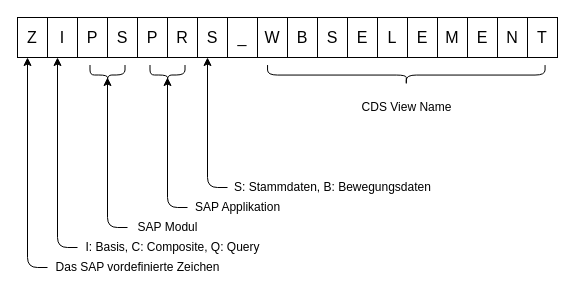
Above: Untitled Diagram.drawio in deguotaoma/Aufgaben (draw.io), before the change. Source tidied: cells renumbered, new cells numbered last; positions are measured from the earlier drawing's top-left corner, leaving out a move shared by most shapes. Both pictures are drawn from the tidied source at 100%, with x=0, y=0 at pixel (17, -64).
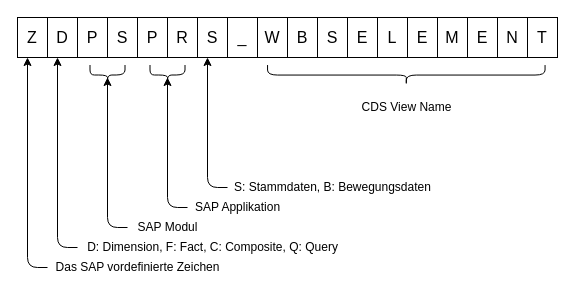
The same diagram, later.

The edit, as a diff of the source:
```diff
@@
-    <mxCell id="3" value="&lt;font style=&quot;font-size: 16px&quot;&gt;I&lt;/font&gt;" style="rounded=0;whiteSpace=wrap;html=1;" parent="1" vertex="1">
+    <mxCell id="3" value="&lt;font style=&quot;font-size: 16px&quot;&gt;D&lt;/font&gt;" style="rounded=0;whiteSpace=wrap;html=1;" parent="1" vertex="1">
       <mxGeometry x="30" y="81" width="30" height="40" as="geometry" />
     </mxCell>
@@
-    <mxCell id="29" value="I: Basis, C: Composite, Q: Query" style="text;html=1;align=center;verticalAlign=middle;strokeColor=none;" parent="1" vertex="1">
-      <mxGeometry x="60" y="301" width="190" height="20" as="geometry" />
+    <mxCell id="29" value="D: Dimension, F: Fact, C: Composite, Q: Query" style="text;html=1;align=center;verticalAlign=middle;strokeColor=none;" parent="1" vertex="1">
+      <mxGeometry x="60" y="301" width="270" height="20" as="geometry" />
     </mxCell>
```
